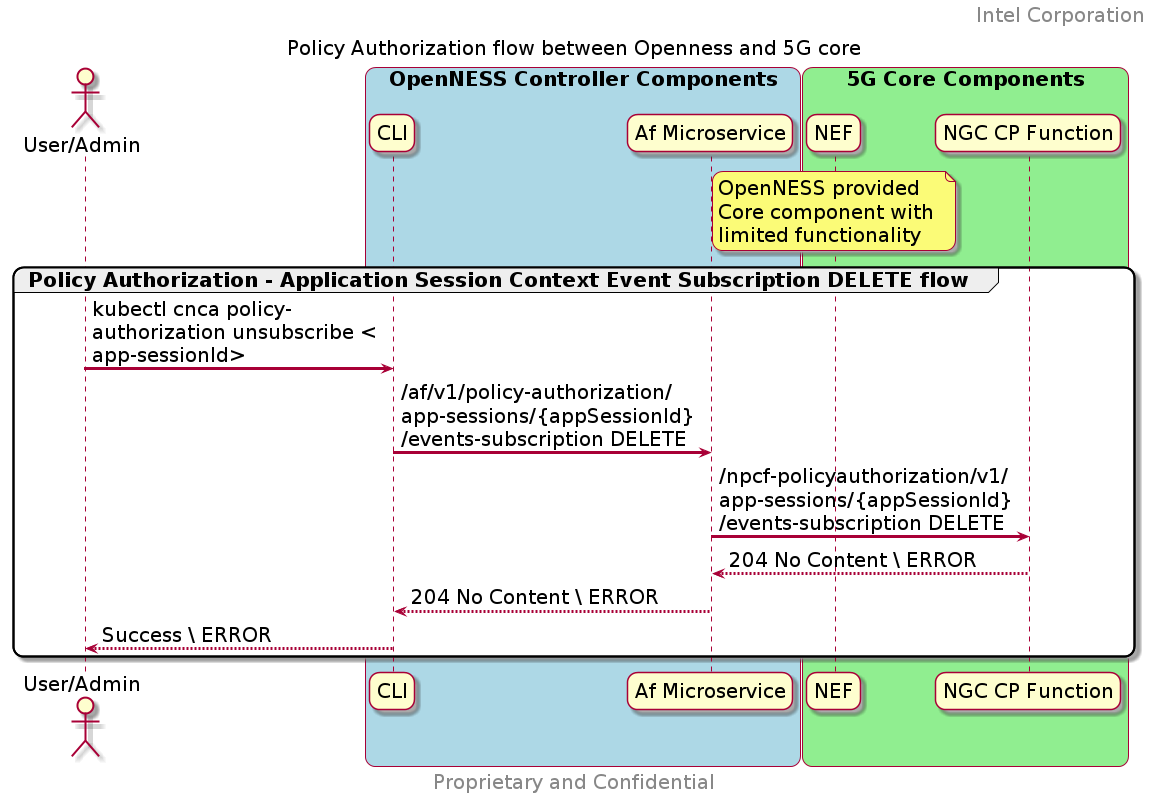
Earlier version of the PlantUML export doc/core-network/ngc-images/AF_Policy_Authorization_event_subscription_delete.png (smart-edge-open/ido-specs).
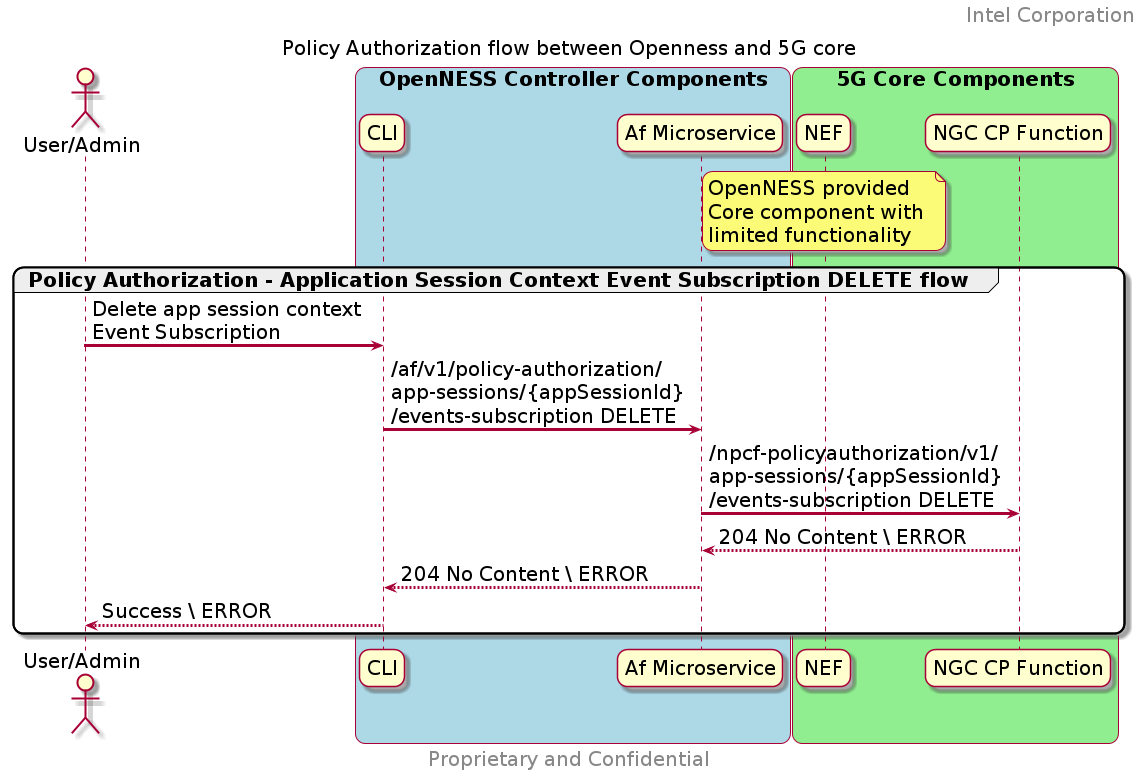
Above is the later version.

Diff of the diagram source:
```diff
@@ -34,7 +34,7 @@
 end box
 
 group Policy Authorization - Application Session Context Event Subscription DELETE flow
-    user -> CLI : kubectl cnca policy-authorization unsubscribe <app-sessionId>
+    user -> CLI : Delete app session context Event Subscription
     CLI -> AF : /af/v1/policy-authorization/app-sessions/{appSessionId}/events-subscription DELETE
     AF -> 5GC : /npcf-policyauthorization/v1/app-sessions/{appSessionId}/events-subscription DELETE
 
```
